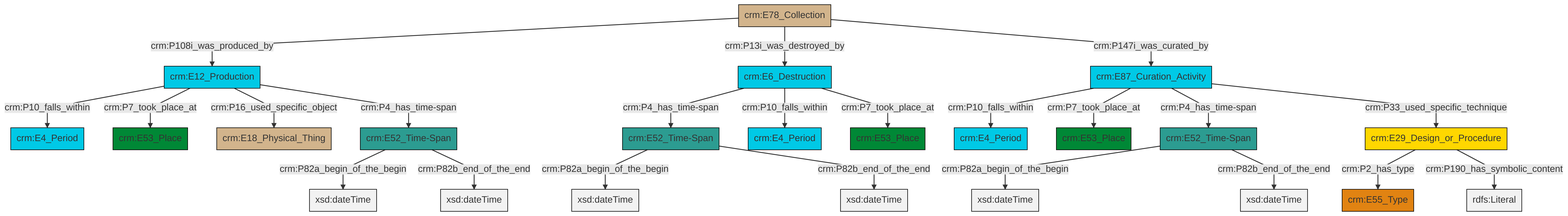
This is et/archivalCSV/ttl/mmd/png/archival_existence.png from swiss-art-research-net/docs.swissartresearch, a Mermaid export, as it was before one commit. Its source is kept beside it as et/archivalCSV/ttl/mmd/archival_existence.ttl.mmd.
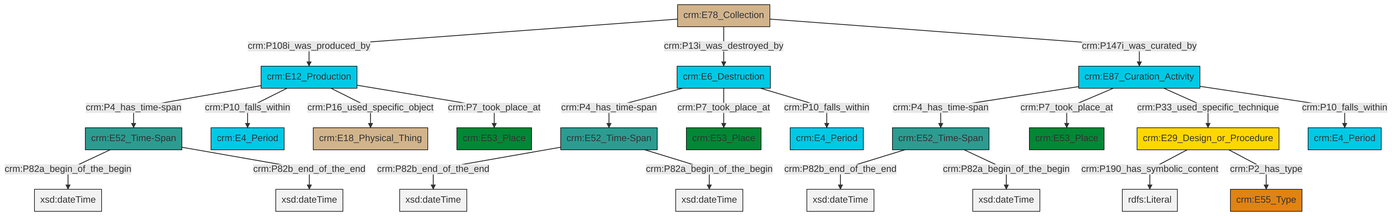
Later version of the same file.

What changed in the source:
```diff
@@ -13,25 +13,25 @@
 classDef PC_Classes fill:#4ce600, stroke:#000000;
 classDef Multi fill:#cccccc,stroke:#000000;
 
-0["crm:E52_Time-Span"]:::Time-Span -->|crm:P82a_begin_of_the_begin| 1[xsd:dateTime]:::Literal
-4["crm:E12_Production"]:::Temporal_Entity -->|crm:P10_falls_within| 5["crm:E4_Period"]:::Temporal_Entity
-6["crm:E6_Destruction"]:::Temporal_Entity -->|crm:P4_has_time-span| 0["crm:E52_Time-Span"]:::Time-Span
-7["crm:E78_Collection"]:::Physical_Thing -->|crm:P108i_was_produced_by| 4["crm:E12_Production"]:::Temporal_Entity
-8["crm:E52_Time-Span"]:::Time-Span -->|crm:P82a_begin_of_the_begin| 9[xsd:dateTime]:::Literal
-10["crm:E87_Curation_Activity"]:::Temporal_Entity -->|crm:P10_falls_within| 2["crm:E4_Period"]:::Temporal_Entity
-7["crm:E78_Collection"]:::Physical_Thing -->|crm:P13i_was_destroyed_by| 6["crm:E6_Destruction"]:::Temporal_Entity
-10["crm:E87_Curation_Activity"]:::Temporal_Entity -->|crm:P7_took_place_at| 22["crm:E53_Place"]:::Place
-8["crm:E52_Time-Span"]:::Time-Span -->|crm:P82b_end_of_the_end| 23[xsd:dateTime]:::Literal
-4["crm:E12_Production"]:::Temporal_Entity -->|crm:P7_took_place_at| 24["crm:E53_Place"]:::Place
-6["crm:E6_Destruction"]:::Temporal_Entity -->|crm:P10_falls_within| 25["crm:E4_Period"]:::Temporal_Entity
-0["crm:E52_Time-Span"]:::Time-Span -->|crm:P82b_end_of_the_end| 26[xsd:dateTime]:::Literal
-6["crm:E6_Destruction"]:::Temporal_Entity -->|crm:P7_took_place_at| 27["crm:E53_Place"]:::Place
-28["crm:E52_Time-Span"]:::Time-Span -->|crm:P82a_begin_of_the_begin| 29[xsd:dateTime]:::Literal
-10["crm:E87_Curation_Activity"]:::Temporal_Entity -->|crm:P4_has_time-span| 28["crm:E52_Time-Span"]:::Time-Span
-18["crm:E29_Design_or_Procedure"]:::Conceptual_Object -->|crm:P2_has_type| 15["crm:E55_Type"]:::Type
-4["crm:E12_Production"]:::Temporal_Entity -->|crm:P16_used_specific_object| 20["crm:E18_Physical_Thing"]:::Physical_Thing
-10["crm:E87_Curation_Activity"]:::Temporal_Entity -->|crm:P33_used_specific_technique| 18["crm:E29_Design_or_Procedure"]:::Conceptual_Object
-4["crm:E12_Production"]:::Temporal_Entity -->|crm:P4_has_time-span| 8["crm:E52_Time-Span"]:::Time-Span
-28["crm:E52_Time-Span"]:::Time-Span -->|crm:P82b_end_of_the_end| 37[xsd:dateTime]:::Literal
-7["crm:E78_Collection"]:::Physical_Thing -->|crm:P147i_was_curated_by| 10["crm:E87_Curation_Activity"]:::Temporal_Entity
-18["crm:E29_Design_or_Procedure"]:::Conceptual_Object -->|crm:P190_has_symbolic_content| 38[rdfs:Literal]:::Literal
+0["crm:E78_Collection"]:::Physical_Thing -->|crm:P108i_was_produced_by| 1["crm:E12_Production"]:::Temporal_Entity
+8["crm:E87_Curation_Activity"]:::Temporal_Entity -->|crm:P4_has_time-span| 9["crm:E52_Time-Span"]:::Time-Span
+10["crm:E52_Time-Span"]:::Time-Span -->|crm:P82a_begin_of_the_begin| 11[xsd:dateTime]:::Literal
+0["crm:E78_Collection"]:::Physical_Thing -->|crm:P13i_was_destroyed_by| 18["crm:E6_Destruction"]:::Temporal_Entity
+10["crm:E52_Time-Span"]:::Time-Span -->|crm:P82b_end_of_the_end| 19[xsd:dateTime]:::Literal
+8["crm:E87_Curation_Activity"]:::Temporal_Entity -->|crm:P7_took_place_at| 4["crm:E53_Place"]:::Place
+18["crm:E6_Destruction"]:::Temporal_Entity -->|crm:P4_has_time-span| 22["crm:E52_Time-Span"]:::Time-Span
+8["crm:E87_Curation_Activity"]:::Temporal_Entity -->|crm:P33_used_specific_technique| 14["crm:E29_Design_or_Procedure"]:::Conceptual_Object
+1["crm:E12_Production"]:::Temporal_Entity -->|crm:P4_has_time-span| 10["crm:E52_Time-Span"]:::Time-Span
+1["crm:E12_Production"]:::Temporal_Entity -->|crm:P10_falls_within| 25["crm:E4_Period"]:::Temporal_Entity
+8["crm:E87_Curation_Activity"]:::Temporal_Entity -->|crm:P10_falls_within| 20["crm:E4_Period"]:::Temporal_Entity
+18["crm:E6_Destruction"]:::Temporal_Entity -->|crm:P7_took_place_at| 27["crm:E53_Place"]:::Place
+9["crm:E52_Time-Span"]:::Time-Span -->|crm:P82b_end_of_the_end| 28[xsd:dateTime]:::Literal
+14["crm:E29_Design_or_Procedure"]:::Conceptual_Object -->|crm:P190_has_symbolic_content| 29[rdfs:Literal]:::Literal
+14["crm:E29_Design_or_Procedure"]:::Conceptual_Object -->|crm:P2_has_type| 2["crm:E55_Type"]:::Type
+1["crm:E12_Production"]:::Temporal_Entity -->|crm:P16_used_specific_object| 16["crm:E18_Physical_Thing"]:::Physical_Thing
+0["crm:E78_Collection"]:::Physical_Thing -->|crm:P147i_was_curated_by| 8["crm:E87_Curation_Activity"]:::Temporal_Entity
+22["crm:E52_Time-Span"]:::Time-Span -->|crm:P82b_end_of_the_end| 32[xsd:dateTime]:::Literal
+22["crm:E52_Time-Span"]:::Time-Span -->|crm:P82a_begin_of_the_begin| 33[xsd:dateTime]:::Literal
+9["crm:E52_Time-Span"]:::Time-Span -->|crm:P82a_begin_of_the_begin| 35[xsd:dateTime]:::Literal
+18["crm:E6_Destruction"]:::Temporal_Entity -->|crm:P10_falls_within| 12["crm:E4_Period"]:::Temporal_Entity
+1["crm:E12_Production"]:::Temporal_Entity -->|crm:P7_took_place_at| 6["crm:E53_Place"]:::Place
```
